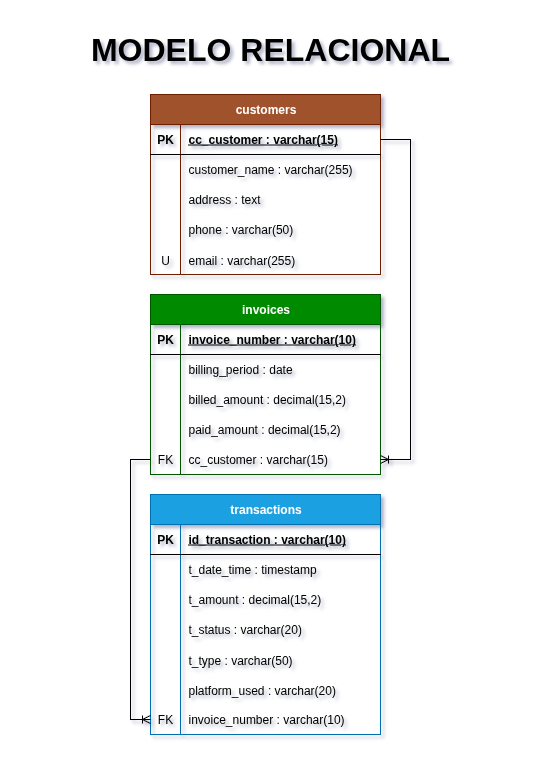
xXCpFireXx/BD_Assessment keeps this draw.io diagram as docs/MODELO RELACIONAL - PRUEBA BD.png. Above is the earlier version. Source tidied: cells renumbered, new cells last; positions are measured from the earlier drawing's top-left corner, leaving out a move shared by most shapes.
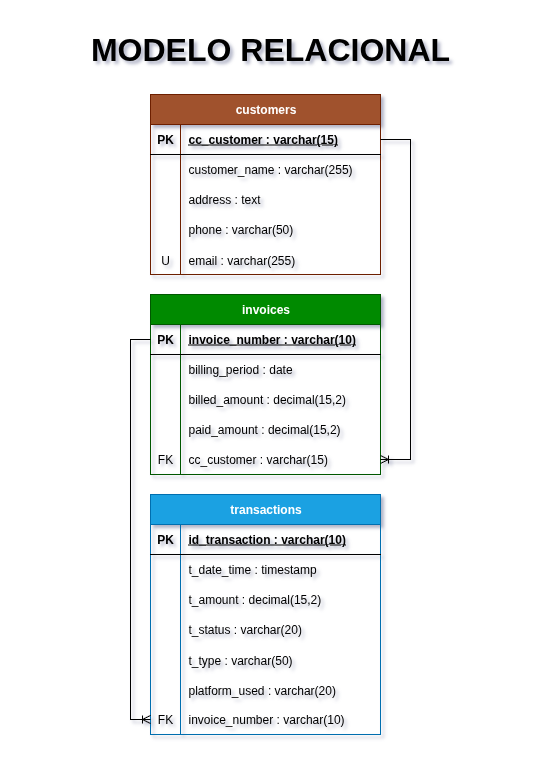
Later version of the same file.

The edit, as a diff of the source:
```diff
@@ -167,7 +167,7 @@
     <mxCell id="56" style="edgeStyle=entityRelationEdgeStyle;fontSize=12;html=1;endArrow=ERoneToMany;rounded=0;exitX=1;exitY=0.5;exitDx=0;exitDy=0;" parent="1" edge="1" source="25" target="53">
       <mxGeometry relative="1" as="geometry" />
     </mxCell>
-    <mxCell id="57" style="edgeStyle=orthogonalEdgeStyle;rounded=0;jettySize=auto;html=1;exitX=0;exitY=0.5;exitDx=0;exitDy=0;entryX=0;entryY=0.5;entryDx=0;entryDy=0;endArrow=ERoneToMany;endFill=0;startArrow=none;startFill=0;" parent="1" edge="1" source="53" target="21">
+    <mxCell id="57" style="edgeStyle=orthogonalEdgeStyle;rounded=0;jettySize=auto;html=1;exitX=0;exitY=0.5;exitDx=0;exitDy=0;entryX=0;entryY=0.5;entryDx=0;entryDy=0;endArrow=ERoneToMany;endFill=0;startArrow=none;startFill=0;" parent="1" edge="1" source="41" target="21">
       <mxGeometry relative="1" as="geometry" />
     </mxCell>
     <mxCell id="58" value="MODELO RELACIONAL" style="text;html=1;align=center;verticalAlign=middle;whiteSpace=wrap;rounded=0;fontStyle=1;fontSize=32;" parent="1" vertex="1">
```
